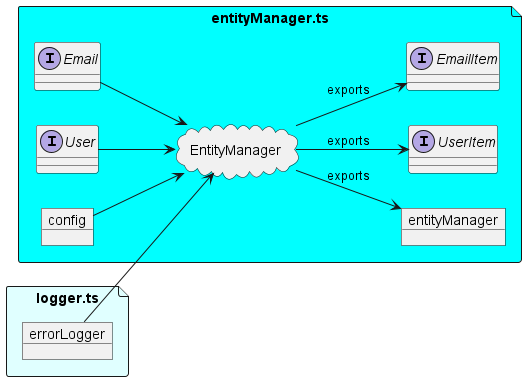
Earlier version of the PlantUML export assets/entityManager.png (karmaniverous/entity-manager-demo).
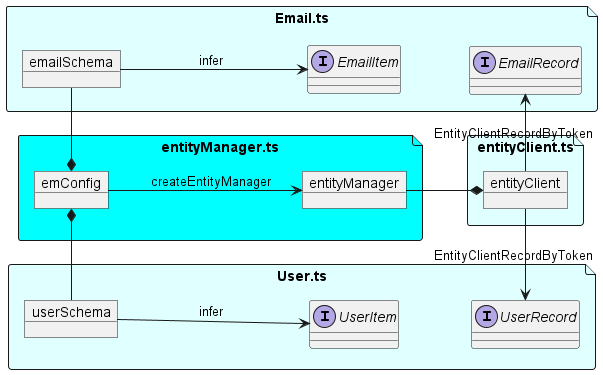
After the change.

The edit, as a diff of the source:
```diff
@@ -1,34 +1,44 @@
 @startuml entityManager
-
-allowmixing
 
 left to right direction
 
-file "logger.ts" as loggerTs #LightCyan {
-    object errorLogger
+file "entityClient.ts" as entityClientTs #LightCyan {
+    object entityClient
+}
+
+file "User.ts" as UserTs #LightCyan {
+    object userSchema
+    interface UserItem
+    interface UserRecord
+
+    userSchema --> UserItem: infer
+    UserItem -[hidden]-> UserRecord
+
+    UserRecord <- entityClient : EntityClientRecordByToken
+}
+
+file "Email.ts" as EmailTs #LightCyan {
+    object emailSchema
+    interface EmailItem
+    interface EmailRecord
+
+    emailSchema --> EmailItem  : infer
+    EmailItem -[hidden]-> EmailRecord
+
+    EmailRecord <- entityClient : EntityClientRecordByToken
 }
 
 file "entityManager.ts" as entityManagerTs #Cyan {
-    interface Email
-    interface User
-    object config
-    cloud EntityManager
+    object emConfig
 
-    Email --> EntityManager
-    User --> EntityManager
-    config --> EntityManager
-    errorLogger --> EntityManager
+    userSchema -* emConfig
+    emailSchema -* emConfig
 
-    interface EmailItem
-    interface UserItem
     object entityManager
 
-    EntityManager --> EmailItem: exports
-    EntityManager --> UserItem: exports
-    EntityManager --> entityManager: exports
-
-    UserItem -[hidden] EmailItem
-    entityManager -[hidden] UserItem
+    emConfig --> entityManager: createEntityManager
 }
 
+entityManager --* entityClient
+
 @enduml
```
